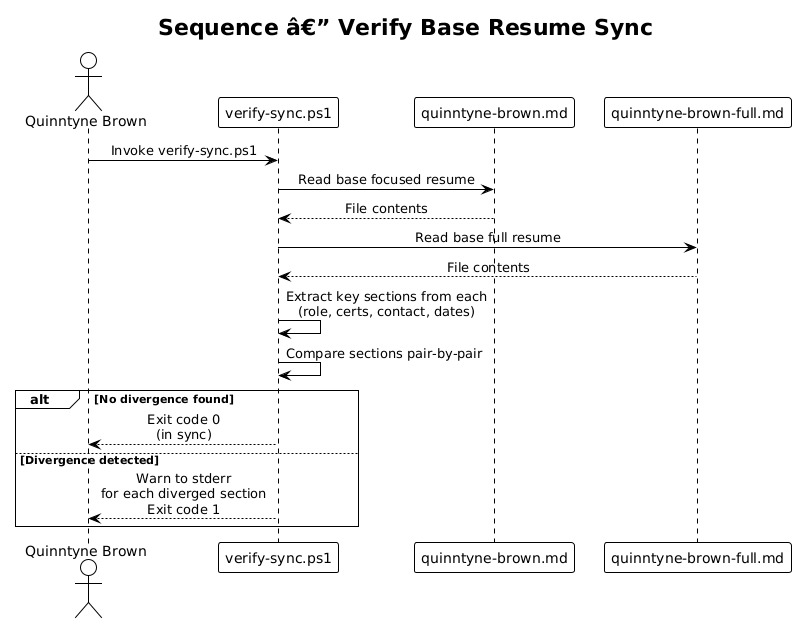
Before: docs/detailed-designs/02-document-generation/diagrams/sequence_verify_sync.png, a diagram exported from PlantUML (QuinntyneBrown/Orbit). Source of this version:
```plantuml
@startuml
!theme plain
skinparam sequenceMessageAlign center

title Sequence â€” Verify Base Resume Sync

actor "Quinntyne Brown" as User
participant "verify-sync.ps1" as Script
participant "quinntyne-brown.md" as Focused
participant "quinntyne-brown-full.md" as Full

User -> Script : Invoke verify-sync.ps1
Script -> Focused : Read base focused resume
Focused --> Script : File contents
Script -> Full : Read base full resume
Full --> Script : File contents
Script -> Script : Extract key sections from each\n(role, certs, contact, dates)
Script -> Script : Compare sections pair-by-pair

alt No divergence found
    Script --> User : Exit code 0\n(in sync)
else Divergence detected
    Script --> User : Warn to stderr\nfor each diverged section\nExit code 1
end
@enduml
```
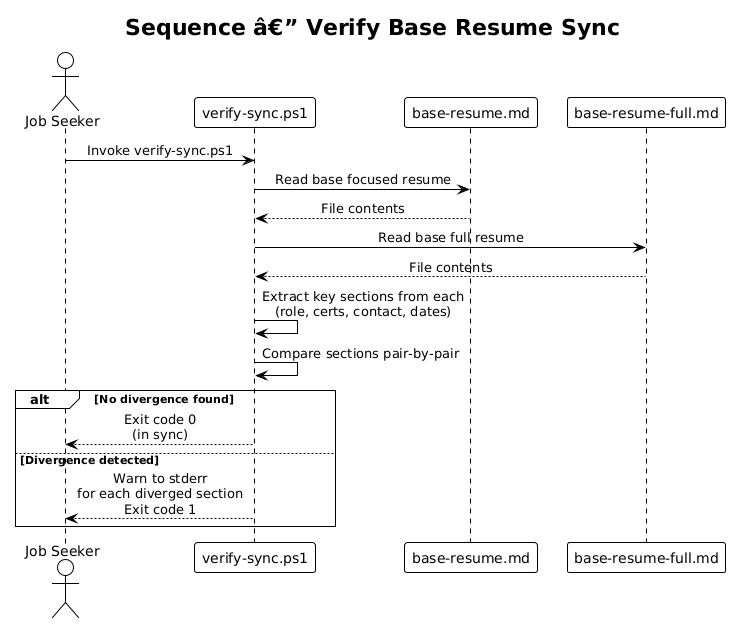
After the commit.

Diff of the diagram source:
```diff
@@ -4,10 +4,10 @@
 
 title Sequence â€” Verify Base Resume Sync
 
-actor "Quinntyne Brown" as User
+actor "Job Seeker" as User
 participant "verify-sync.ps1" as Script
-participant "quinntyne-brown.md" as Focused
-participant "quinntyne-brown-full.md" as Full
+participant "base-resume.md" as Focused
+participant "base-resume-full.md" as Full
 
 User -> Script : Invoke verify-sync.ps1
 Script -> Focused : Read base focused resume
```
